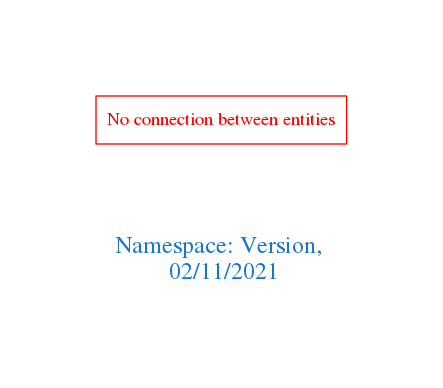
Before: downloads/Version.png, a diagram exported from Graphviz (arago/OGIT). Its source is kept beside it as downloads/Version.dot.
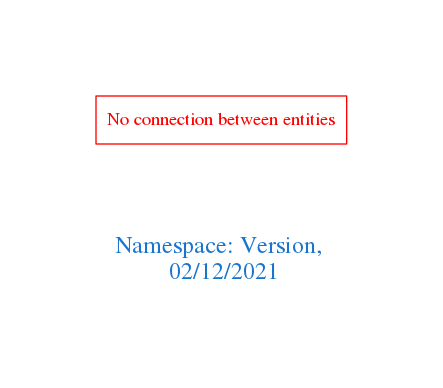
After the commit.

Change to the diagram source:
```diff
@@ -1,7 +1,7 @@
 digraph OGIT_ontology {
  graph [ rankdir= LR,pad=1
 fontsize = 18,
-fontcolor= dodgerblue3,label = "\n\n\nNamespace: Version, \n 02/11/2021"];
+fontcolor= dodgerblue3,label = "\n\n\nNamespace: Version, \n 02/12/2021"];
 node[shape=polygon];
 edge [  color="gray81"];
 
```
